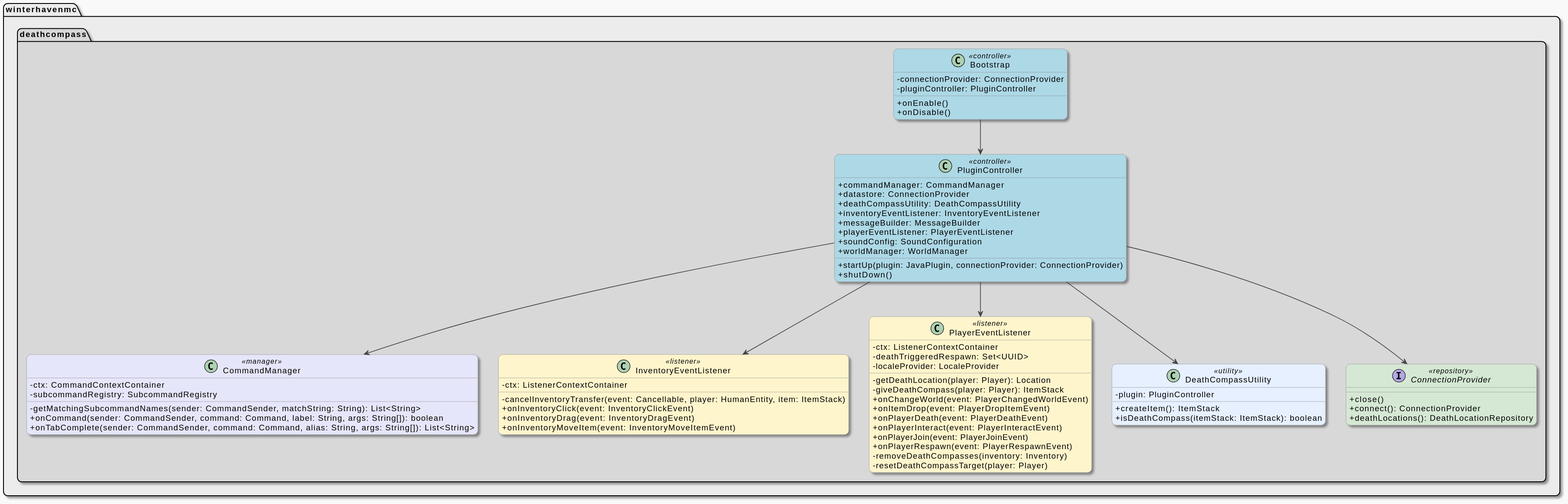
Before: core/doc-files/diagrams/PluginController_structure_alt.svg, a diagram exported from PlantUML (winterhavenmc/SavageDeathCompass). Source of this version:
```plantuml
@startuml
skinparam backgroundColor #f9f9f9
skinparam shadowing true
skinparam roundCorner 15
skinparam ArrowColor #444444
skinparam ArrowThickness 1.2
skinparam ArrowFontSize 11
skinparam packageTitleFontSize 14
skinparam classFontName "Helvetica"
skinparam classAttributeIconSize 0
skinparam class {
  BackgroundColor white
  BorderColor #888888
}

skinparam class {
  BackgroundColor<<controller>> LightBlue
  BackgroundColor<<manager>> Lavender
  BackgroundColor<<listener>> #FFF5CC
  BackgroundColor<<utility>> #E6F0FF
  BackgroundColor<<repository>> #D5E8D4
}

package "winterhavenmc" #ececec {
  package "deathcompass" #d8d8d8 {

    class Bootstrap <<controller>> {
      - connectionProvider: ConnectionProvider
      - pluginController: PluginController
      + onEnable()
      + onDisable()
    }

    class PluginController <<controller>> {
      + commandManager: CommandManager
      + datastore: ConnectionProvider
      + deathCompassUtility: DeathCompassUtility
      + inventoryEventListener: InventoryEventListener
      + messageBuilder: MessageBuilder
      + playerEventListener: PlayerEventListener
      + soundConfig: SoundConfiguration
      + worldManager: WorldManager
      + startUp(plugin: JavaPlugin, connectionProvider: ConnectionProvider)
      + shutDown()
    }

    class CommandManager <<manager>> {
      - ctx: CommandContextContainer
      - subcommandRegistry: SubcommandRegistry
      - getMatchingSubcommandNames(sender: CommandSender, matchString: String): List<String>
      + onCommand(sender: CommandSender, command: Command, label: String, args: String[]): boolean
      + onTabComplete(sender: CommandSender, command: Command, alias: String, args: String[]): List<String>
    }

    class InventoryEventListener <<listener>> {
      - ctx: ListenerContextContainer
      - cancelInventoryTransfer(event: Cancellable, player: HumanEntity, item: ItemStack)
      + onInventoryClick(event: InventoryClickEvent)
      + onInventoryDrag(event: InventoryDragEvent)
      + onInventoryMoveItem(event: InventoryMoveItemEvent)
    }

    class PlayerEventListener <<listener>> {
      - ctx: ListenerContextContainer
      - deathTriggeredRespawn: Set<UUID>
      - localeProvider: LocaleProvider
      - getDeathLocation(player: Player): Location
      - giveDeathCompass(player: Player): ItemStack
      + onChangeWorld(event: PlayerChangedWorldEvent)
      + onItemDrop(event: PlayerDropItemEvent)
      + onPlayerDeath(event: PlayerDeathEvent)
      + onPlayerInteract(event: PlayerInteractEvent)
      + onPlayerJoin(event: PlayerJoinEvent)
      + onPlayerRespawn(event: PlayerRespawnEvent)
      - removeDeathCompasses(inventory: Inventory)
      - resetDeathCompassTarget(player: Player)
    }

    class DeathCompassUtility <<utility>> {
      - plugin: PluginController
      + createItem(): ItemStack
      + isDeathCompass(itemStack: ItemStack): boolean
    }

    interface ConnectionProvider <<repository>> {
      + close()
      + connect(): ConnectionProvider
      + deathLocations(): DeathLocationRepository
    }
  }
}

Bootstrap --> PluginController
PluginController --> CommandManager
PluginController --> ConnectionProvider
PluginController --> DeathCompassUtility
PluginController --> InventoryEventListener
PluginController --> PlayerEventListener
@enduml
```
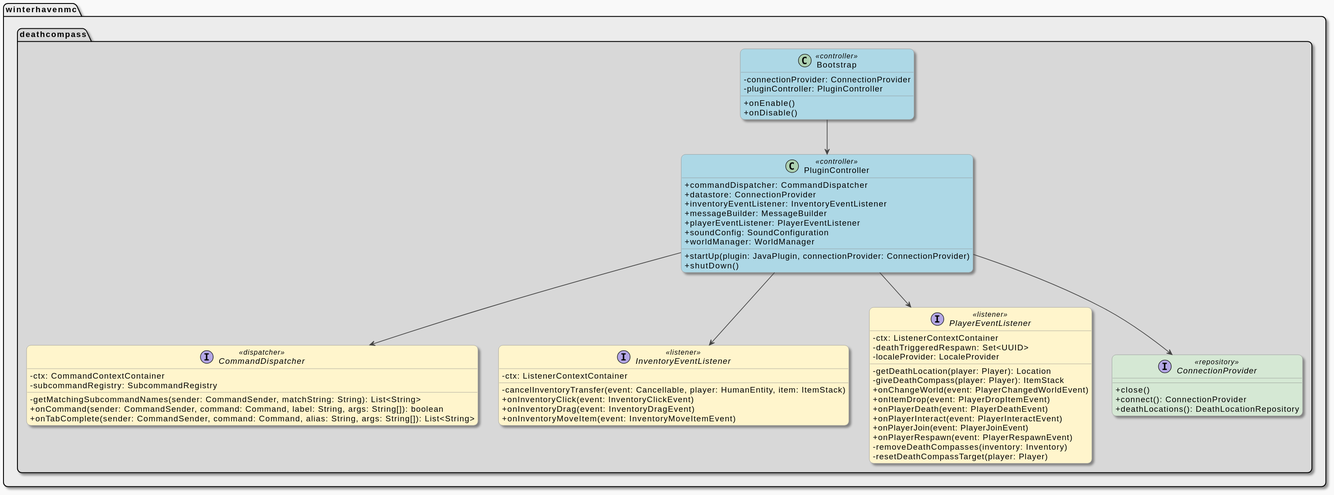
The same file after the commit.

What changed in the source:
```diff
@@ -16,6 +16,7 @@
 skinparam class {
   BackgroundColor<<controller>> LightBlue
   BackgroundColor<<manager>> Lavender
+  BackgroundColor<<dispatcher>> #FFF5CC
   BackgroundColor<<listener>> #FFF5CC
   BackgroundColor<<utility>> #E6F0FF
   BackgroundColor<<repository>> #D5E8D4
@@ -32,9 +33,8 @@
     }
 
     class PluginController <<controller>> {
-      + commandManager: CommandManager
+      + commandDispatcher: CommandDispatcher
       + datastore: ConnectionProvider
-      + deathCompassUtility: DeathCompassUtility
       + inventoryEventListener: InventoryEventListener
       + messageBuilder: MessageBuilder
       + playerEventListener: PlayerEventListener
@@ -44,7 +44,7 @@
       + shutDown()
     }
 
-    class CommandManager <<manager>> {
+    interface CommandDispatcher <<dispatcher>> {
       - ctx: CommandContextContainer
       - subcommandRegistry: SubcommandRegistry
       - getMatchingSubcommandNames(sender: CommandSender, matchString: String): List<String>
@@ -52,7 +52,7 @@
       + onTabComplete(sender: CommandSender, command: Command, alias: String, args: String[]): List<String>
     }
 
-    class InventoryEventListener <<listener>> {
+    interface InventoryEventListener <<listener>> {
       - ctx: ListenerContextContainer
       - cancelInventoryTransfer(event: Cancellable, player: HumanEntity, item: ItemStack)
       + onInventoryClick(event: InventoryClickEvent)
@@ -60,7 +60,7 @@
       + onInventoryMoveItem(event: InventoryMoveItemEvent)
     }
 
-    class PlayerEventListener <<listener>> {
+    interface PlayerEventListener <<listener>> {
       - ctx: ListenerContextContainer
       - deathTriggeredRespawn: Set<UUID>
       - localeProvider: LocaleProvider
@@ -76,12 +76,6 @@
       - resetDeathCompassTarget(player: Player)
     }
 
-    class DeathCompassUtility <<utility>> {
-      - plugin: PluginController
-      + createItem(): ItemStack
-      + isDeathCompass(itemStack: ItemStack): boolean
-    }
-
     interface ConnectionProvider <<repository>> {
       + close()
       + connect(): ConnectionProvider
@@ -91,9 +85,8 @@
 }
 
 Bootstrap --> PluginController
-PluginController --> CommandManager
+PluginController --> CommandDispatcher
 PluginController --> ConnectionProvider
-PluginController --> DeathCompassUtility
 PluginController --> InventoryEventListener
 PluginController --> PlayerEventListener
 @enduml
```
